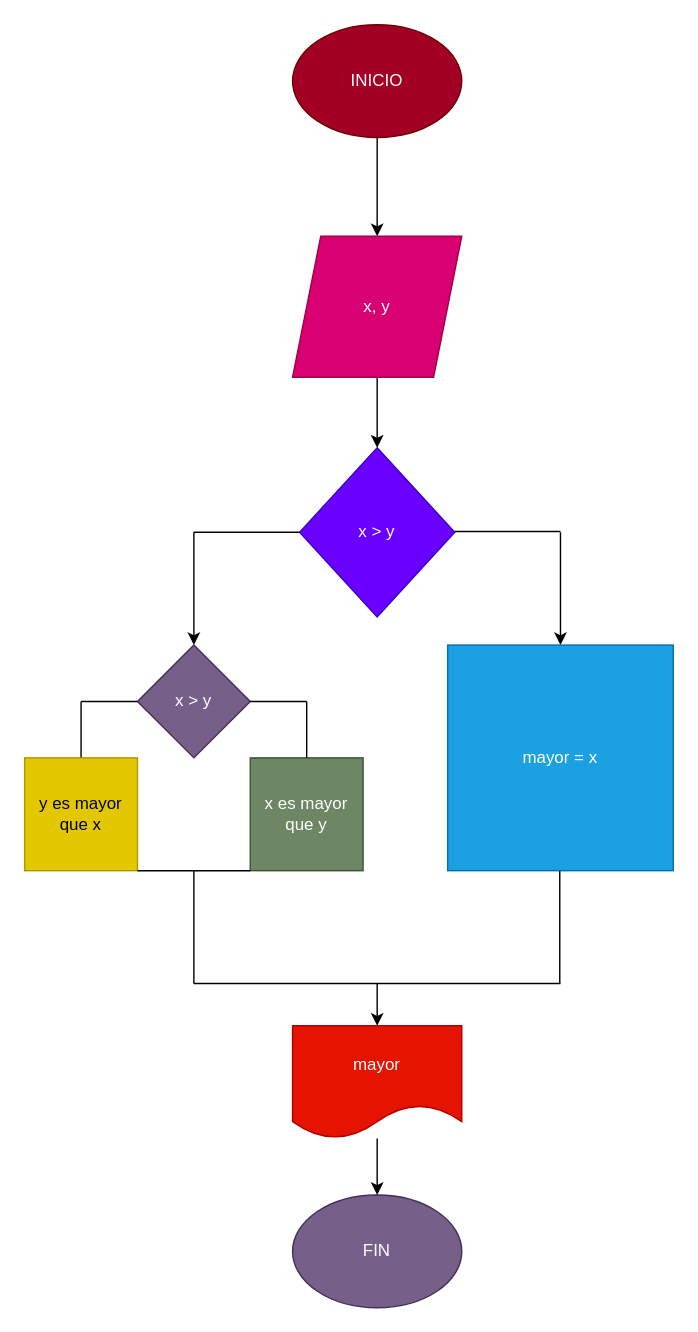
Before: diagrama.drawio in jonathanbenitezmayorga/mayor_enteros, a draw.io diagram. Source tidied: cells renumbered, new cells numbered last; positions are measured from the earlier drawing's top-left corner, leaving out a move shared by most shapes. Both pictures are drawn from the tidied source at 141%, with x=0, y=0 at pixel (24, 24).
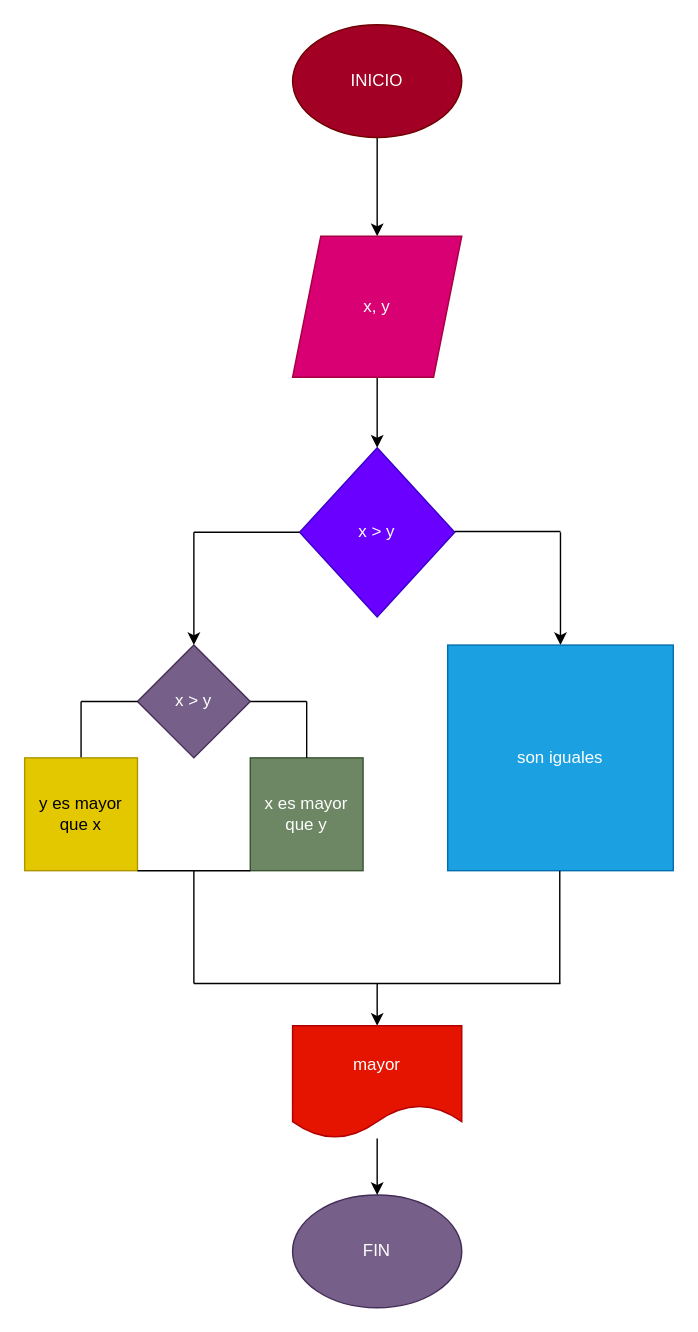
Above is the later version.

Commit message (it also covers changes not shown here):
Se agragan los cambios

Diff of the diagram source:
```diff
@@
-    <mxCell id="10" value="mayor = x" style="whiteSpace=wrap;html=1;fillColor=#1ba1e2;fontColor=#ffffff;strokeColor=#006EAF;" parent="1" vertex="1">
+    <mxCell id="10" value="son iguales" style="whiteSpace=wrap;html=1;fillColor=#1ba1e2;fontColor=#ffffff;strokeColor=#006EAF;" parent="1" vertex="1">
       <mxGeometry x="300" y="440" width="160" height="160" as="geometry" />
     </mxCell>
```
